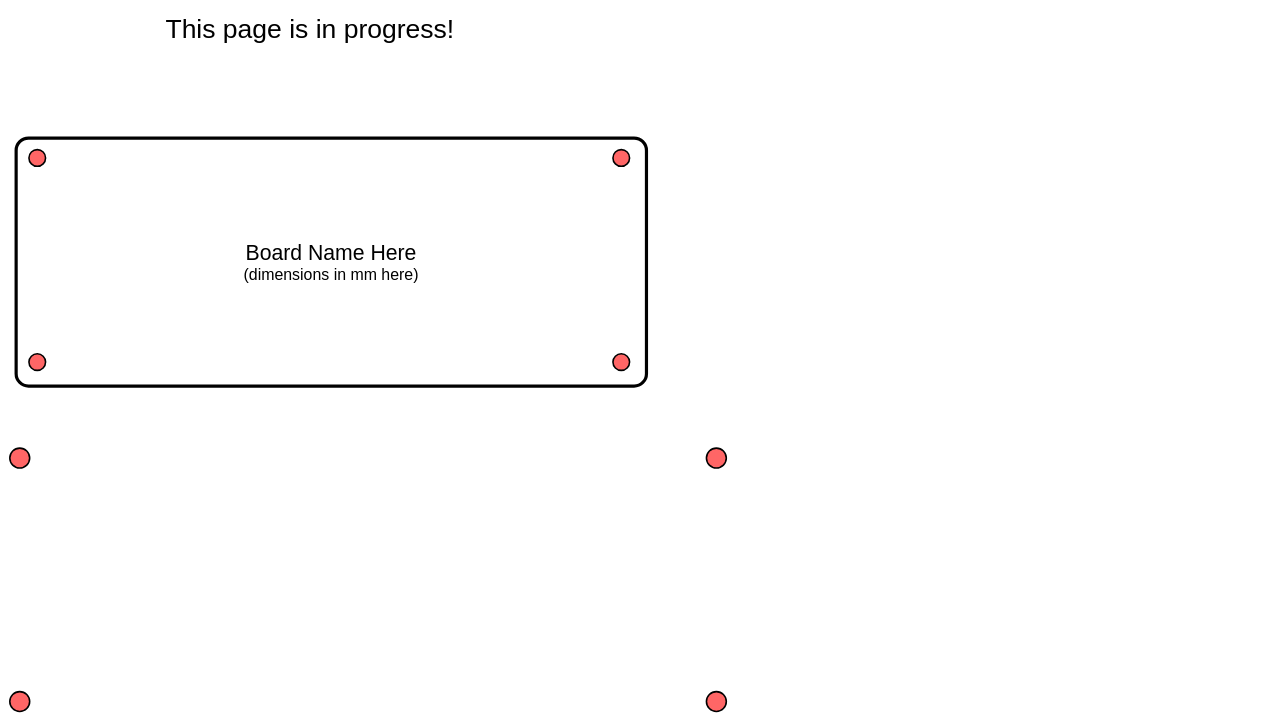
Above: page "Elements" (6 of 7) of Master Wire Diagram_V3.drawio in lhr-solar/WireWorld (draw.io), before the change. Source tidied: cells renumbered, new cells numbered last; positions are measured from the earlier drawing's top-left corner, leaving out a move shared by most shapes. Both pictures are drawn from the tidied source at 53%, with x=0, y=0 at pixel (10, -54).
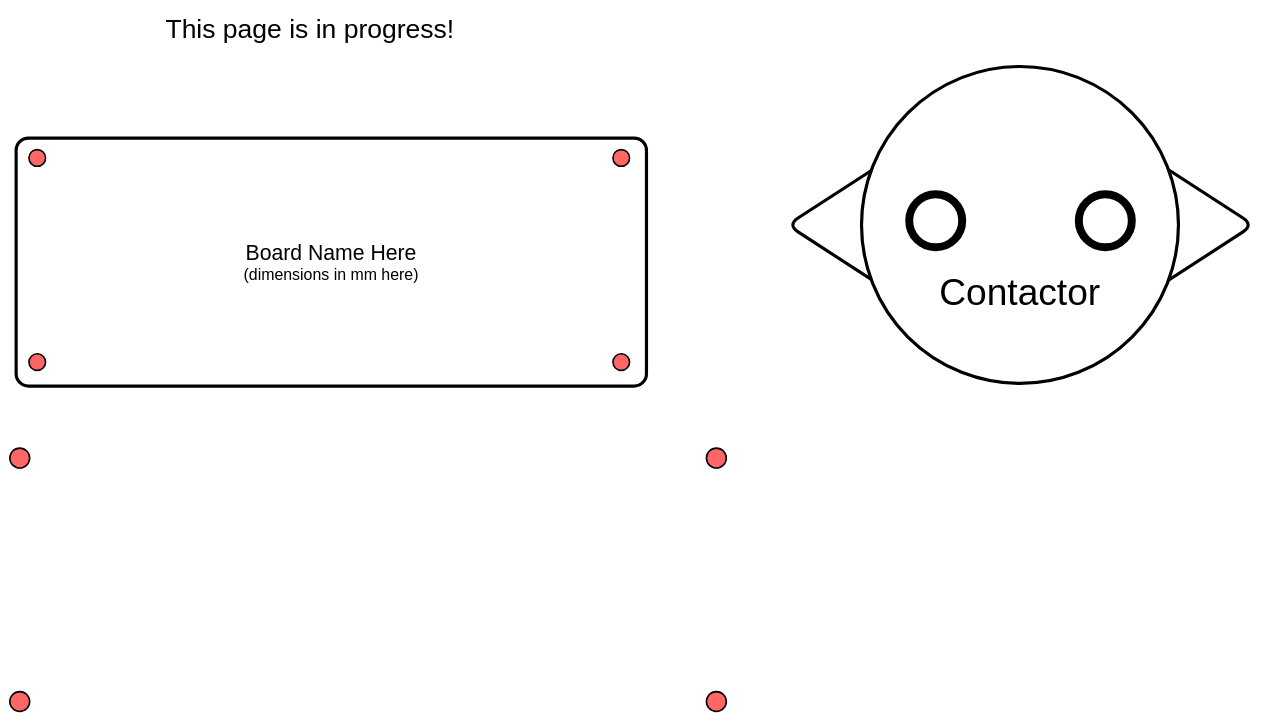
The same diagram, later.

The edit, as a diff of the source:
```diff
@@
 <mxGraphModel>
   <root>
     <mxCell id="0" />
     <mxCell id="1" parent="0" />
     <mxCell id="2" style="group;" parent="1" vertex="1">
       <mxGeometry x="12" y="361" width="1189.3" height="468" as="geometry" />
     </mxCell>
     <mxCell id="3" value="&lt;font style=&quot;&quot;&gt;&lt;span style=&quot;font-size: 40px;&quot;&gt;Board Name Here&lt;br&gt;&lt;/span&gt;&lt;font style=&quot;font-size: 30px;&quot;&gt;(dimensions in mm here)&lt;/font&gt;&lt;br&gt;&lt;/font&gt;" style="rounded=1;whiteSpace=wrap;html=1;rotation=90;horizontal=0;arcSize=5;strokeWidth=6;" parent="2" vertex="1">
       <mxGeometry x="360.6" y="-360.6" width="468" height="1189.3" as="geometry" />
     </mxCell>
     <mxCell id="4" style="ellipse;whiteSpace=wrap;html=1;strokeColor=default;fillStyle=solid;fillColor=#FF6666;strokeWidth=3;" parent="2" vertex="1">
       <mxGeometry x="24.1" y="21.8" width="31.4" height="31.4" as="geometry" />
     </mxCell>
     <mxCell id="5" style="ellipse;whiteSpace=wrap;html=1;strokeColor=default;fillStyle=solid;fillColor=#FF6666;strokeWidth=3;" parent="2" vertex="1">
       <mxGeometry x="24.1" y="407" width="31.4" height="31.4" as="geometry" />
     </mxCell>
     <mxCell id="6" style="ellipse;whiteSpace=wrap;html=1;strokeColor=default;fillStyle=solid;fillColor=#FF6666;strokeWidth=3;" parent="2" vertex="1">
       <mxGeometry x="1126" y="407" width="31.4" height="31.4" as="geometry" />
     </mxCell>
     <mxCell id="7" style="ellipse;whiteSpace=wrap;html=1;strokeColor=default;fillStyle=solid;fillColor=#FF6666;strokeWidth=3;" parent="2" vertex="1">
       <mxGeometry x="1126" y="21.8" width="31.4" height="31.4" as="geometry" />
     </mxCell>
     <mxCell id="8" style="group;" parent="1" vertex="1">
       <mxGeometry y="946" width="1351.9" height="496.9" as="geometry" />
     </mxCell>
     <mxCell id="9" style="ellipse;whiteSpace=wrap;html=1;strokeColor=default;fillStyle=solid;fillColor=#FF6666;strokeWidth=3;" parent="8" vertex="1">
       <mxGeometry width="37.5" height="37.5" as="geometry" />
     </mxCell>
     <mxCell id="10" style="ellipse;whiteSpace=wrap;html=1;strokeColor=default;fillStyle=solid;fillColor=#FF6666;strokeWidth=3;" parent="8" vertex="1">
       <mxGeometry y="459.4" width="37.5" height="37.5" as="geometry" />
     </mxCell>
     <mxCell id="11" style="ellipse;whiteSpace=wrap;html=1;strokeColor=default;fillStyle=solid;fillColor=#FF6666;strokeWidth=3;" parent="8" vertex="1">
       <mxGeometry x="1314.4" y="459.4" width="37.5" height="37.5" as="geometry" />
     </mxCell>
     <mxCell id="12" style="ellipse;whiteSpace=wrap;html=1;strokeColor=default;fillStyle=solid;fillColor=#FF6666;strokeWidth=3;" parent="8" vertex="1">
       <mxGeometry x="1314.4" width="37.5" height="37.5" as="geometry" />
     </mxCell>
     <mxCell id="13" value="This page is in progress!" style="text;html=1;align=center;verticalAlign=middle;strokeColor=none;fillColor=none;fontSize=50;" parent="1" vertex="1">
       <mxGeometry x="283.9" y="118" width="564" height="72" as="geometry" />
     </mxCell>
+    <mxCell id="14" style="group;rotation=0;" parent="1" vertex="1">
+      <mxGeometry x="1467" y="226" width="880" height="598" as="geometry" />
+    </mxCell>
+    <mxCell id="15" style="group;rotation=0;" parent="14" vertex="1">
+      <mxGeometry width="880" height="598" as="geometry" />
+    </mxCell>
+    <mxCell id="16" style="rhombus;whiteSpace=wrap;html=1;strokeWidth=6;rounded=1;arcSize=50;rotation=0;" parent="15" vertex="1">
+      <mxGeometry y="14" width="880" height="570" as="geometry" />
+    </mxCell>
+    <mxCell id="17" value="&lt;font style=&quot;font-size: 70px;&quot;&gt;&lt;br&gt;&lt;br&gt;&lt;br&gt;Contactor&lt;/font&gt;" style="ellipse;whiteSpace=wrap;html=1;strokeWidth=6;rotation=0;" parent="15" vertex="1">
+      <mxGeometry x="140" width="598" height="598" as="geometry" />
+    </mxCell>
+    <mxCell id="18" style="ellipse;whiteSpace=wrap;html=1;strokeWidth=15;rotation=0;" parent="15" vertex="1">
+      <mxGeometry x="230" y="241" width="100" height="100" as="geometry" />
+    </mxCell>
+    <mxCell id="19" style="ellipse;whiteSpace=wrap;html=1;strokeWidth=15;rotation=0;" parent="15" vertex="1">
+      <mxGeometry x="550" y="241" width="100" height="100" as="geometry" />
+    </mxCell>
   </root>
 </mxGraphModel>
```
